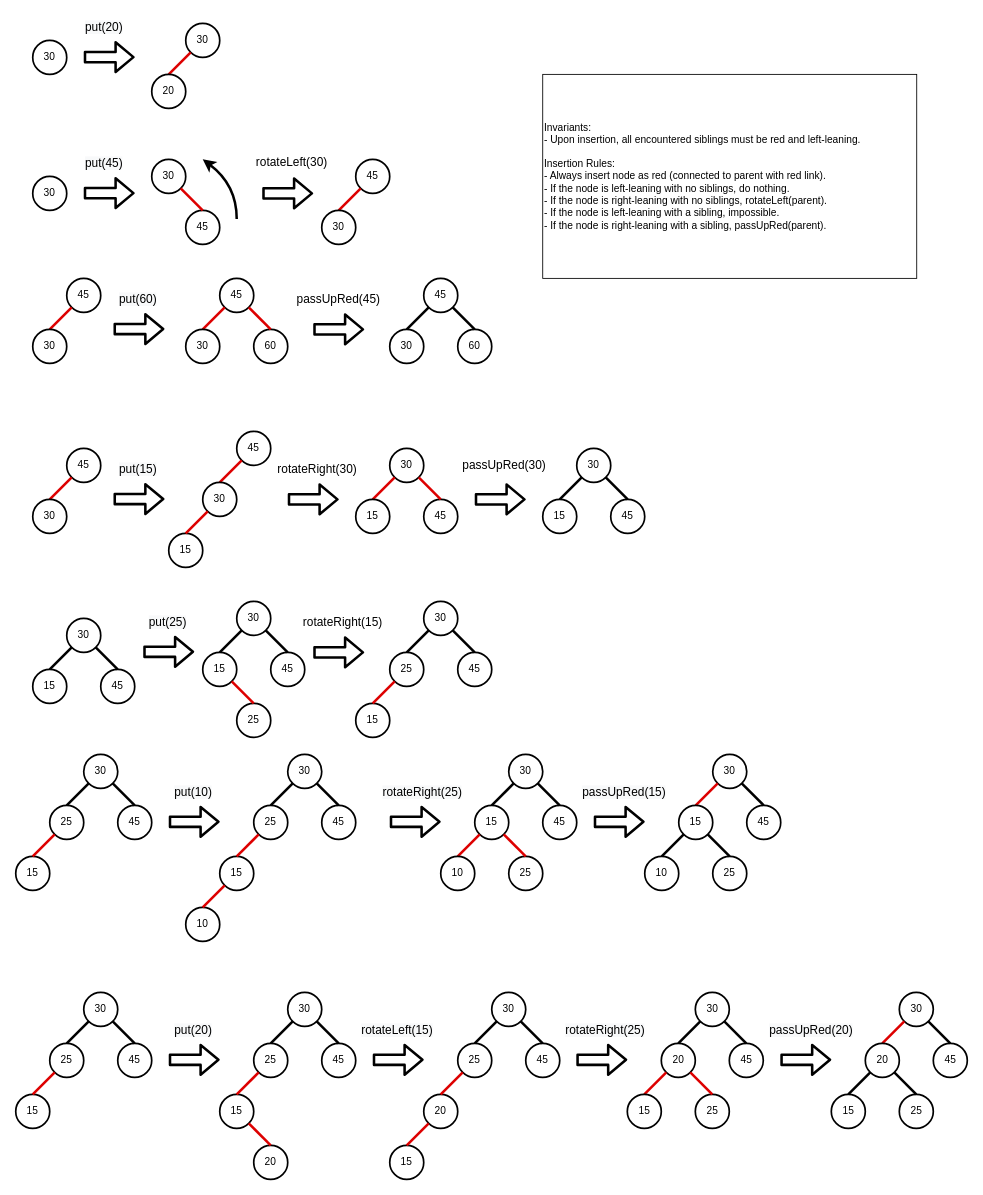
Earlier version of the draw.io diagram img/bst-redBlack-put-operations.drawio (afrut/learn-algorithms). Source tidied: cells renumbered, new cells numbered last; positions are measured from the earlier drawing's top-left corner, leaving out a move shared by most shapes. Both pictures are drawn from the tidied source at 85%, with x=0, y=0 at pixel (15, 14).
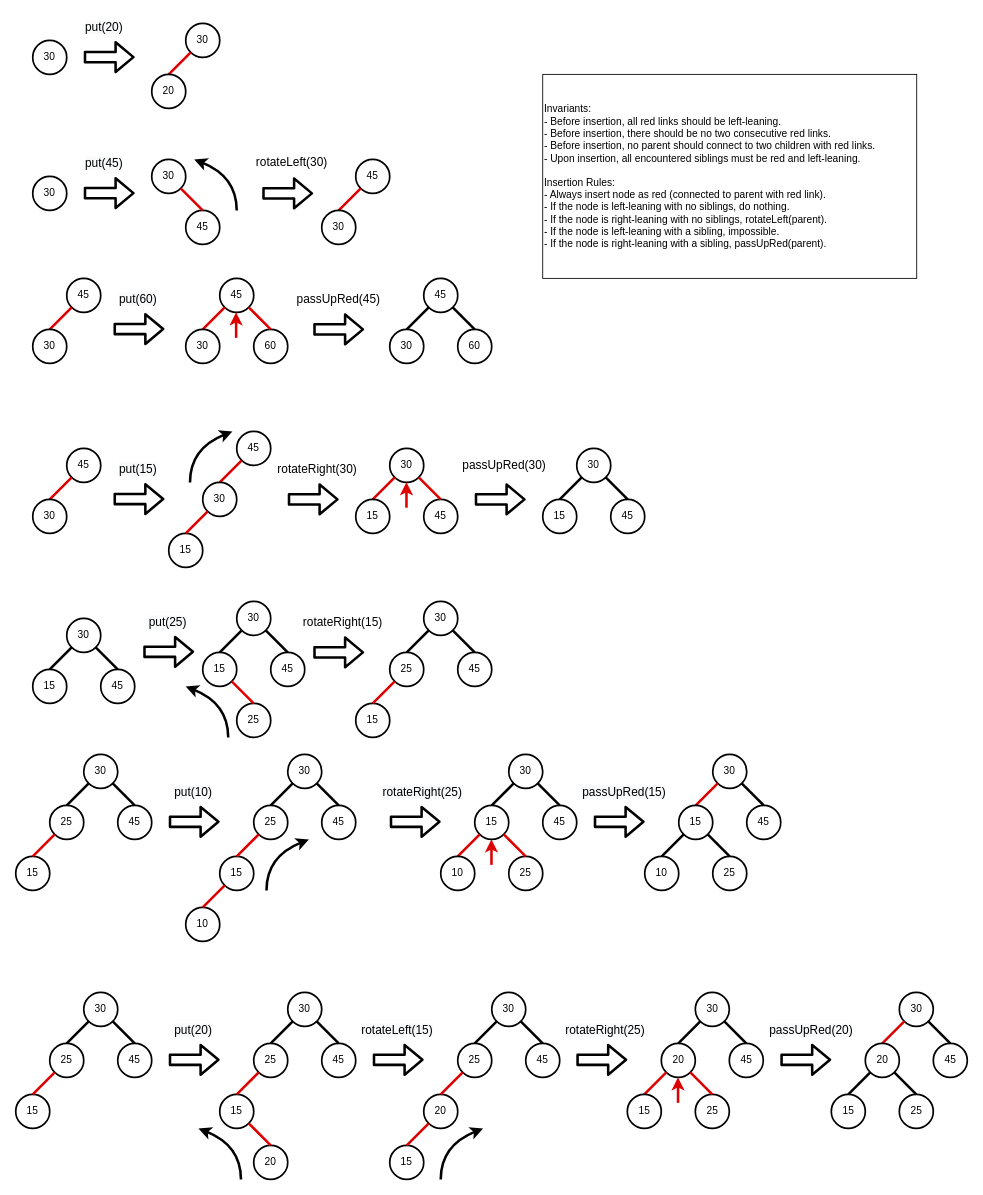
The same page after the edit.

Diff of the diagram source:
```diff
@@
     <mxCell id="5" style="curved=1;endArrow=classic;html=1;strokeColor=#000000;strokeWidth=3;" parent="1" edge="1">
       <mxGeometry relative="1" as="geometry">
-        <mxPoint x="260" y="240" as="sourcePoint" />
-        <mxPoint x="220" y="170" as="targetPoint" />
+        <mxPoint x="260" y="230" as="sourcePoint" />
+        <mxPoint x="210" y="170" as="targetPoint" />
         <Array as="points">
-          <mxPoint x="260" y="200" />
+          <mxPoint x="260" y="190" />
         </Array>
       </mxGeometry>
     </mxCell>
@@
-    <mxCell id="175" value="Invariants:&lt;br&gt;- Upon insertion, all encountered siblings must be red and left-leaning.&lt;br&gt;&lt;br&gt;Insertion Rules:&lt;br&gt;- Always insert node as red (connected to parent with red link).&lt;br&gt;- If the node is left-leaning with no siblings, do nothing.&lt;br&gt;- If the node is right-leaning with no siblings, rotateLeft(parent).&lt;br&gt;- If the node is left-leaning with a sibling, impossible.&lt;br&gt;- If the node is right-leaning with a sibling, passUpRed(parent)." style="text;html=1;fillColor=none;align=left;verticalAlign=middle;whiteSpace=wrap;rounded=0;strokeColor=#000000;" parent="1" vertex="1">
+    <mxCell id="175" value="Invariants:&lt;br&gt;- Before insertion, all red links should be left-leaning.&lt;br&gt;- Before insertion, there should be no two consecutive red links.&lt;br&gt;- Before insertion, no parent should connect to two children with red links.&lt;br&gt;- Upon insertion, all encountered siblings must be red and left-leaning.&lt;br&gt;&lt;br&gt;Insertion Rules:&lt;br&gt;- Always insert node as red (connected to parent with red link).&lt;br&gt;- If the node is left-leaning with no siblings, do nothing.&lt;br&gt;- If the node is right-leaning with no siblings, rotateLeft(parent).&lt;br&gt;- If the node is left-leaning with a sibling, impossible.&lt;br&gt;- If the node is right-leaning with a sibling, passUpRed(parent)." style="text;html=1;fillColor=none;align=left;verticalAlign=middle;whiteSpace=wrap;rounded=0;strokeColor=#000000;" parent="1" vertex="1">
       <mxGeometry x="620" y="70" width="440" height="240" as="geometry" />
     </mxCell>
+    <mxCell id="176" style="curved=1;endArrow=classic;html=1;strokeColor=#000000;strokeWidth=3;" parent="1" edge="1">
+      <mxGeometry relative="1" as="geometry">
+        <mxPoint x="205" y="550" as="sourcePoint" />
+        <mxPoint x="255" y="490" as="targetPoint" />
+        <Array as="points">
+          <mxPoint x="205" y="510" />
+        </Array>
+      </mxGeometry>
+    </mxCell>
+    <mxCell id="177" style="curved=1;endArrow=classic;html=1;strokeColor=#000000;strokeWidth=3;" parent="1" edge="1">
+      <mxGeometry relative="1" as="geometry">
+        <mxPoint x="250" y="850" as="sourcePoint" />
+        <mxPoint x="200" y="790" as="targetPoint" />
+        <Array as="points">
+          <mxPoint x="250" y="810" />
+        </Array>
+      </mxGeometry>
+    </mxCell>
+    <mxCell id="178" style="curved=1;endArrow=classic;html=1;strokeColor=#000000;strokeWidth=3;" parent="1" edge="1">
+      <mxGeometry relative="1" as="geometry">
+        <mxPoint x="295" y="1030" as="sourcePoint" />
+        <mxPoint x="345" y="970" as="targetPoint" />
+        <Array as="points">
+          <mxPoint x="295" y="990" />
+        </Array>
+      </mxGeometry>
+    </mxCell>
+    <mxCell id="179" style="endArrow=classic;html=1;strokeWidth=3;strokeColor=#DD0000;" parent="1" edge="1">
+      <mxGeometry relative="1" as="geometry">
+        <mxPoint x="259.3" y="380" as="sourcePoint" />
+        <mxPoint x="259.3" y="350" as="targetPoint" />
+      </mxGeometry>
+    </mxCell>
+    <mxCell id="180" style="endArrow=classic;html=1;strokeWidth=3;strokeColor=#DD0000;" parent="1" edge="1">
+      <mxGeometry relative="1" as="geometry">
+        <mxPoint x="459.7" y="579.8" as="sourcePoint" />
+        <mxPoint x="459.7" y="549.8" as="targetPoint" />
+      </mxGeometry>
+    </mxCell>
+    <mxCell id="181" style="endArrow=classic;html=1;strokeWidth=3;strokeColor=#DD0000;" parent="1" edge="1">
+      <mxGeometry relative="1" as="geometry">
+        <mxPoint x="559.7" y="1000" as="sourcePoint" />
+        <mxPoint x="559.7" y="970" as="targetPoint" />
+      </mxGeometry>
+    </mxCell>
+    <mxCell id="182" style="curved=1;endArrow=classic;html=1;strokeColor=#000000;strokeWidth=3;" parent="1" edge="1">
+      <mxGeometry relative="1" as="geometry">
+        <mxPoint x="265" y="1370" as="sourcePoint" />
+        <mxPoint x="215" y="1310" as="targetPoint" />
+        <Array as="points">
+          <mxPoint x="265" y="1330" />
+        </Array>
+      </mxGeometry>
+    </mxCell>
+    <mxCell id="183" style="curved=1;endArrow=classic;html=1;strokeColor=#000000;strokeWidth=3;" parent="1" edge="1">
+      <mxGeometry relative="1" as="geometry">
+        <mxPoint x="500" y="1370" as="sourcePoint" />
+        <mxPoint x="550" y="1310" as="targetPoint" />
+        <Array as="points">
+          <mxPoint x="500" y="1330" />
+        </Array>
+      </mxGeometry>
+    </mxCell>
+    <mxCell id="184" style="endArrow=classic;html=1;strokeWidth=3;strokeColor=#DD0000;" parent="1" edge="1">
+      <mxGeometry relative="1" as="geometry">
+        <mxPoint x="779.2" y="1280" as="sourcePoint" />
+        <mxPoint x="779.2" y="1250" as="targetPoint" />
+      </mxGeometry>
+    </mxCell>
```
